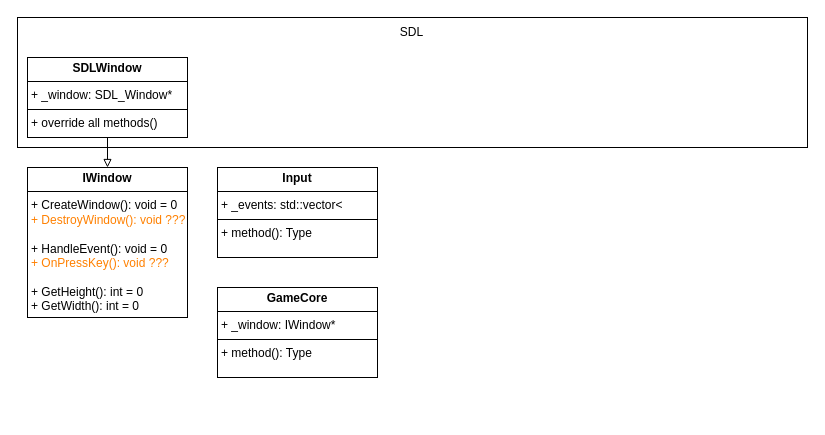
Above: ProjectDiagram.drawio in Ultrasubmarine/EPet (draw.io), before the change. Source tidied: cells renumbered, new cells numbered last; positions are measured from the earlier drawing's top-left corner, leaving out a move shared by most shapes. Both pictures are drawn from the tidied source at 100%, with x=0, y=0 at pixel (17, 17).
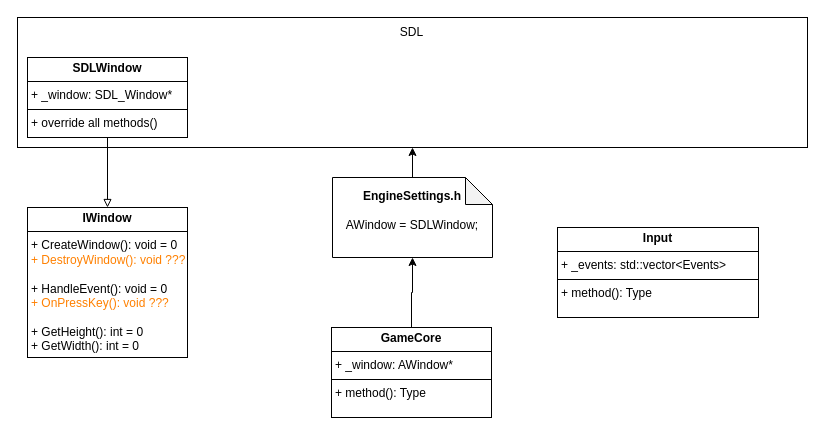
The same page after the edit.

Diff of the diagram source:
```diff
@@
 <mxGraphModel>
   <root>
     <mxCell id="0" />
     <mxCell id="1" parent="0" />
     <mxCell id="2" style="rounded=0;whiteSpace=wrap;html=1;" parent="1" vertex="1">
       <mxGeometry width="790" height="130" as="geometry" />
     </mxCell>
     <mxCell id="3" value="&lt;p style=&quot;margin:0px;margin-top:4px;text-align:center;&quot;&gt;&lt;b&gt;IWindow&lt;/b&gt;&lt;/p&gt;&lt;hr size=&quot;1&quot; style=&quot;border-style:solid;&quot;&gt;&lt;p style=&quot;margin:0px;margin-left:4px;&quot;&gt;+ CreateWindow(): void = 0&lt;/p&gt;&lt;p style=&quot;margin:0px;margin-left:4px;&quot;&gt;&lt;font color=&quot;#ff8000&quot;&gt;+ DestroyWindow(): void ???&lt;/font&gt;&lt;/p&gt;&lt;p style=&quot;margin:0px;margin-left:4px;&quot;&gt;&lt;font color=&quot;#ff8000&quot;&gt;&lt;br&gt;&lt;/font&gt;&lt;/p&gt;&lt;p style=&quot;margin:0px;margin-left:4px;&quot;&gt;+ HandleEvent(): void = 0&lt;/p&gt;&lt;p style=&quot;margin:0px;margin-left:4px;&quot;&gt;&lt;font color=&quot;#ff8000&quot;&gt;+ OnPressKey(): void ???&lt;/font&gt;&lt;/p&gt;&lt;p style=&quot;margin:0px;margin-left:4px;&quot;&gt;&amp;nbsp;&lt;/p&gt;&lt;p style=&quot;margin:0px;margin-left:4px;&quot;&gt;+ GetHeight(): int = 0&lt;/p&gt;&lt;p style=&quot;margin:0px;margin-left:4px;&quot;&gt;+ GetWidth(): int = 0&lt;/p&gt;" style="verticalAlign=top;align=left;overflow=fill;html=1;whiteSpace=wrap;" parent="1" vertex="1">
-      <mxGeometry x="10" y="150" width="160" height="150" as="geometry" />
+      <mxGeometry x="10" y="190" width="160" height="150" as="geometry" />
     </mxCell>
     <mxCell id="4" style="edgeStyle=orthogonalEdgeStyle;rounded=0;jettySize=auto;html=1;entryX=0.5;entryY=0;entryDx=0;entryDy=0;endArrow=block;endFill=0;" parent="1" edge="1" source="5" target="3">
       <mxGeometry relative="1" as="geometry" />
     </mxCell>
     <mxCell id="5" value="&lt;p style=&quot;margin:0px;margin-top:4px;text-align:center;&quot;&gt;&lt;b&gt;SDLWindow&lt;/b&gt;&lt;/p&gt;&lt;hr size=&quot;1&quot; style=&quot;border-style:solid;&quot;&gt;&lt;p style=&quot;margin:0px;margin-left:4px;&quot;&gt;+ _window: SDL_Window*&lt;/p&gt;&lt;hr size=&quot;1&quot; style=&quot;border-style:solid;&quot;&gt;&lt;p style=&quot;margin:0px;margin-left:4px;&quot;&gt;+ override all methods()&lt;/p&gt;" style="verticalAlign=top;align=left;overflow=fill;html=1;whiteSpace=wrap;" parent="1" vertex="1">
       <mxGeometry x="10" y="40" width="160" height="80" as="geometry" />
     </mxCell>
-    <mxCell id="6" value="&lt;p style=&quot;margin:0px;margin-top:4px;text-align:center;&quot;&gt;&lt;b&gt;GameCore&lt;/b&gt;&lt;/p&gt;&lt;hr size=&quot;1&quot; style=&quot;border-style:solid;&quot;&gt;&lt;p style=&quot;margin:0px;margin-left:4px;&quot;&gt;+ _window: IWindow*&lt;/p&gt;&lt;hr size=&quot;1&quot; style=&quot;border-style:solid;&quot;&gt;&lt;p style=&quot;margin:0px;margin-left:4px;&quot;&gt;+ method(): Type&lt;/p&gt;" style="verticalAlign=top;align=left;overflow=fill;html=1;whiteSpace=wrap;" parent="1" vertex="1">
-      <mxGeometry x="200" y="270" width="160" height="90" as="geometry" />
+    <mxCell id="6" value="&lt;p style=&quot;margin:0px;margin-top:4px;text-align:center;&quot;&gt;&lt;b&gt;GameCore&lt;/b&gt;&lt;/p&gt;&lt;hr size=&quot;1&quot; style=&quot;border-style:solid;&quot;&gt;&lt;p style=&quot;margin:0px;margin-left:4px;&quot;&gt;+ _window: AWindow*&lt;/p&gt;&lt;hr size=&quot;1&quot; style=&quot;border-style:solid;&quot;&gt;&lt;p style=&quot;margin:0px;margin-left:4px;&quot;&gt;+ method(): Type&lt;/p&gt;" style="verticalAlign=top;align=left;overflow=fill;html=1;whiteSpace=wrap;" parent="1" vertex="1">
+      <mxGeometry x="314" y="310" width="160" height="90" as="geometry" />
     </mxCell>
-    <mxCell id="7" value="&lt;p style=&quot;margin:0px;margin-top:4px;text-align:center;&quot;&gt;&lt;b&gt;Input&lt;/b&gt;&lt;/p&gt;&lt;hr size=&quot;1&quot; style=&quot;border-style:solid;&quot;&gt;&lt;p style=&quot;margin:0px;margin-left:4px;&quot;&gt;+ _events: std::vector&amp;lt;&lt;/p&gt;&lt;hr size=&quot;1&quot; style=&quot;border-style:solid;&quot;&gt;&lt;p style=&quot;margin:0px;margin-left:4px;&quot;&gt;+ method(): Type&lt;/p&gt;" style="verticalAlign=top;align=left;overflow=fill;html=1;whiteSpace=wrap;" parent="1" vertex="1">
-      <mxGeometry x="200" y="150" width="160" height="90" as="geometry" />
+    <mxCell id="7" value="&lt;p style=&quot;margin:0px;margin-top:4px;text-align:center;&quot;&gt;&lt;b&gt;Input&lt;/b&gt;&lt;/p&gt;&lt;hr size=&quot;1&quot; style=&quot;border-style:solid;&quot;&gt;&lt;p style=&quot;margin:0px;margin-left:4px;&quot;&gt;+ _events: std::vector&amp;lt;Events&amp;gt;&lt;/p&gt;&lt;hr size=&quot;1&quot; style=&quot;border-style:solid;&quot;&gt;&lt;p style=&quot;margin:0px;margin-left:4px;&quot;&gt;+ method(): Type&lt;/p&gt;" style="verticalAlign=top;align=left;overflow=fill;html=1;whiteSpace=wrap;" parent="1" vertex="1">
+      <mxGeometry x="540" y="210" width="201" height="90" as="geometry" />
     </mxCell>
     <mxCell id="8" value="SDL" style="text;html=1;align=center;verticalAlign=middle;strokeColor=none;fillColor=none;" parent="1" vertex="1">
       <mxGeometry x="369" width="50" height="30" as="geometry" />
     </mxCell>
+    <mxCell id="9" style="edgeStyle=orthogonalEdgeStyle;rounded=0;jettySize=auto;html=1;" parent="1" edge="1" source="10" target="2">
+      <mxGeometry relative="1" as="geometry" />
+    </mxCell>
+    <mxCell id="10" value="&lt;b&gt;EngineSettings.h&lt;/b&gt;&lt;div&gt;&lt;b&gt;&lt;br&gt;&lt;/b&gt;&lt;/div&gt;&lt;div&gt;AWindow = SDLWindow;&lt;/div&gt;&lt;div&gt;&lt;b&gt;&lt;br&gt;&lt;/b&gt;&lt;/div&gt;" style="shape=note;whiteSpace=wrap;html=1;backgroundOutline=1;darkOpacity=0.05;align=center;size=27;" parent="1" vertex="1">
+      <mxGeometry x="315" y="160" width="160" height="80" as="geometry" />
+    </mxCell>
+    <mxCell id="11" style="edgeStyle=orthogonalEdgeStyle;rounded=0;jettySize=auto;html=1;entryX=0.5;entryY=1;entryDx=0;entryDy=0;entryPerimeter=0;" parent="1" edge="1" source="6" target="10">
+      <mxGeometry relative="1" as="geometry" />
+    </mxCell>
   </root>
 </mxGraphModel>
```
